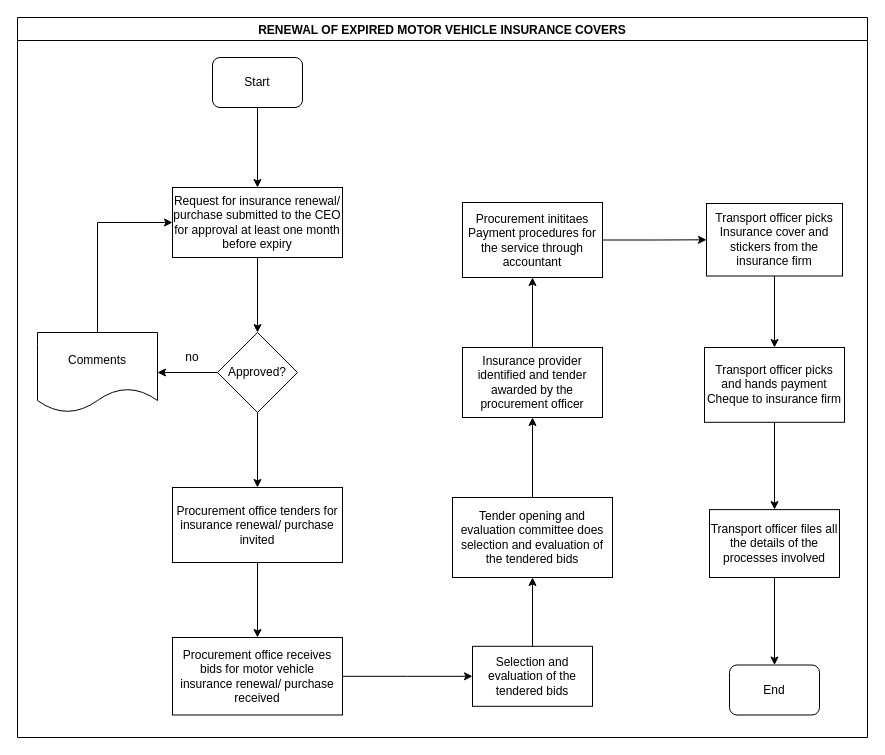
Above: LC-Training-RENEWAL OF EXPIRED MOTOR VEHICLE INSURANCE COVERS.drawio in kmagua/flowcharts (draw.io), before the change. Source tidied: cells renumbered, new cells numbered last; positions are measured from the earlier drawing's top-left corner, leaving out a move shared by most shapes. Both pictures are drawn from the tidied source at 100%, with x=0, y=0 at pixel (17, 17).
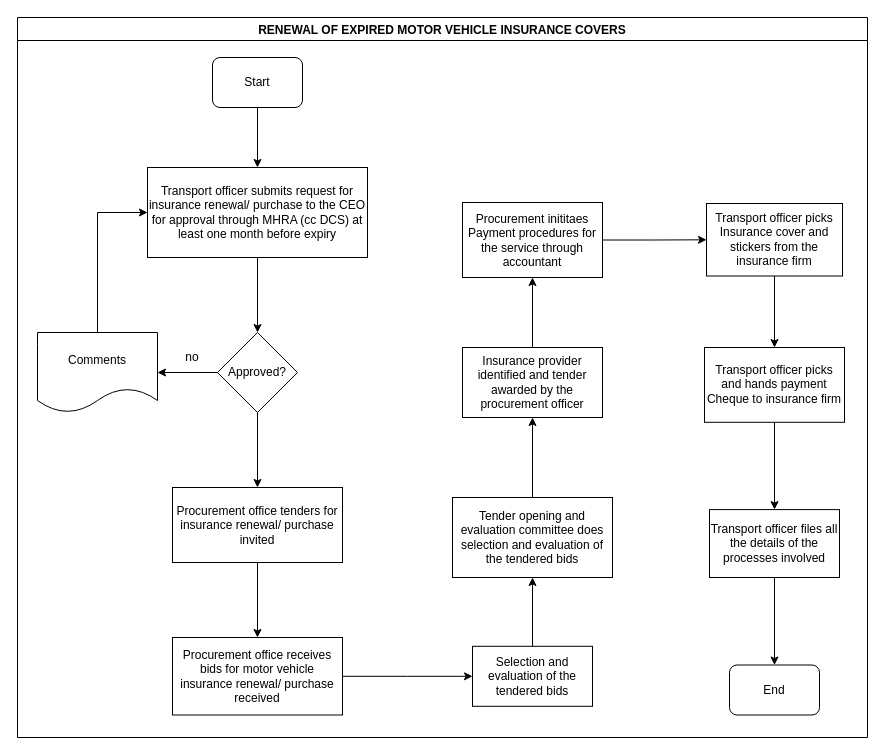
The same diagram, later.

Unchanged cells that the change refers to:
```xml
<mxCell id="2" value="RENEWAL OF EXPIRED MOTOR VEHICLE INSURANCE COVERS" style="swimlane;" parent="1" vertex="1">
  <mxGeometry width="850" height="720" as="geometry" />
</mxCell>
<mxCell id="18" value="Comments" style="shape=document;whiteSpace=wrap;html=1;boundedLbl=1;rounded=0;" parent="1" vertex="1">
  <mxGeometry x="20" y="315" width="120" height="80" as="geometry" />
</mxCell>
```

Change to the diagram source:
```diff
@@
-    <mxCell id="4" value="Request for insurance renewal/ purchase submitted to the CEO for approval at least one month before expiry" style="rounded=0;whiteSpace=wrap;html=1;" parent="2" vertex="1">
-      <mxGeometry x="155" y="170" width="170" height="70" as="geometry" />
+    <mxCell id="4" value="Transport officer submits request for insurance renewal/ purchase to the CEO for approval through MHRA (cc DCS) at least one month before expiry" style="rounded=0;whiteSpace=wrap;html=1;" parent="2" vertex="1">
+      <mxGeometry x="130" y="150" width="220" height="90" as="geometry" />
     </mxCell>
@@
     <mxCell id="17" style="edgeStyle=orthogonalEdgeStyle;rounded=0;jettySize=auto;html=1;entryX=0;entryY=0.5;entryDx=0;entryDy=0;" parent="1" edge="1" source="18" target="4">
       <mxGeometry relative="1" as="geometry">
         <Array as="points">
-          <mxPoint x="80" y="205" />
+          <mxPoint x="80" y="195" />
         </Array>
       </mxGeometry>
     </mxCell>
```
